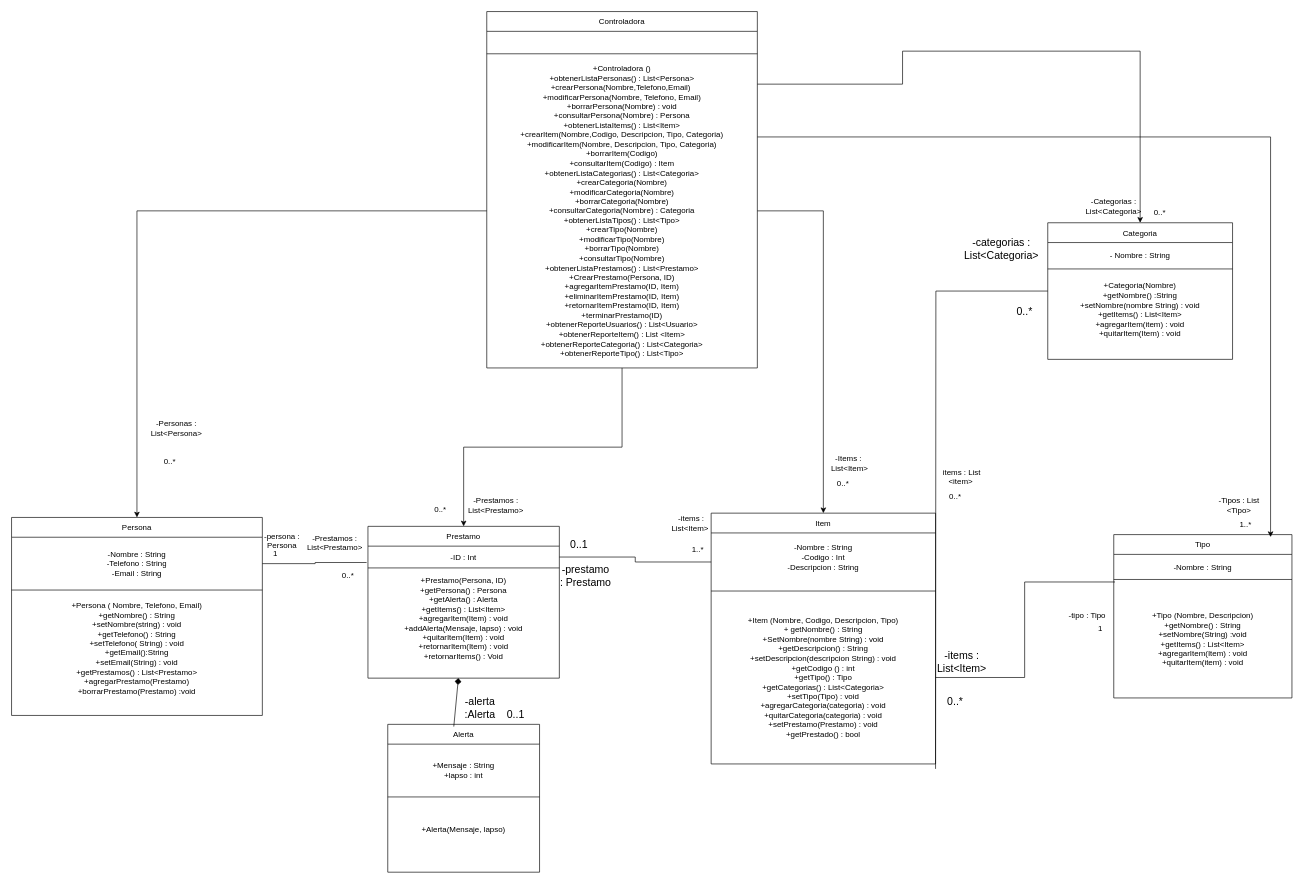
The draw.io diagram Proyecto/Diagrama y documentacion/Diagrama sin título.drawio in FranciscoMoraS/Proyecto-POO, before the edit. Source tidied: cells renumbered, new cells numbered last; positions are measured from the earlier drawing's top-left corner, leaving out a move shared by most shapes. Both pictures are drawn from the tidied source at 66%, with x=0, y=0 at pixel (11, 11).
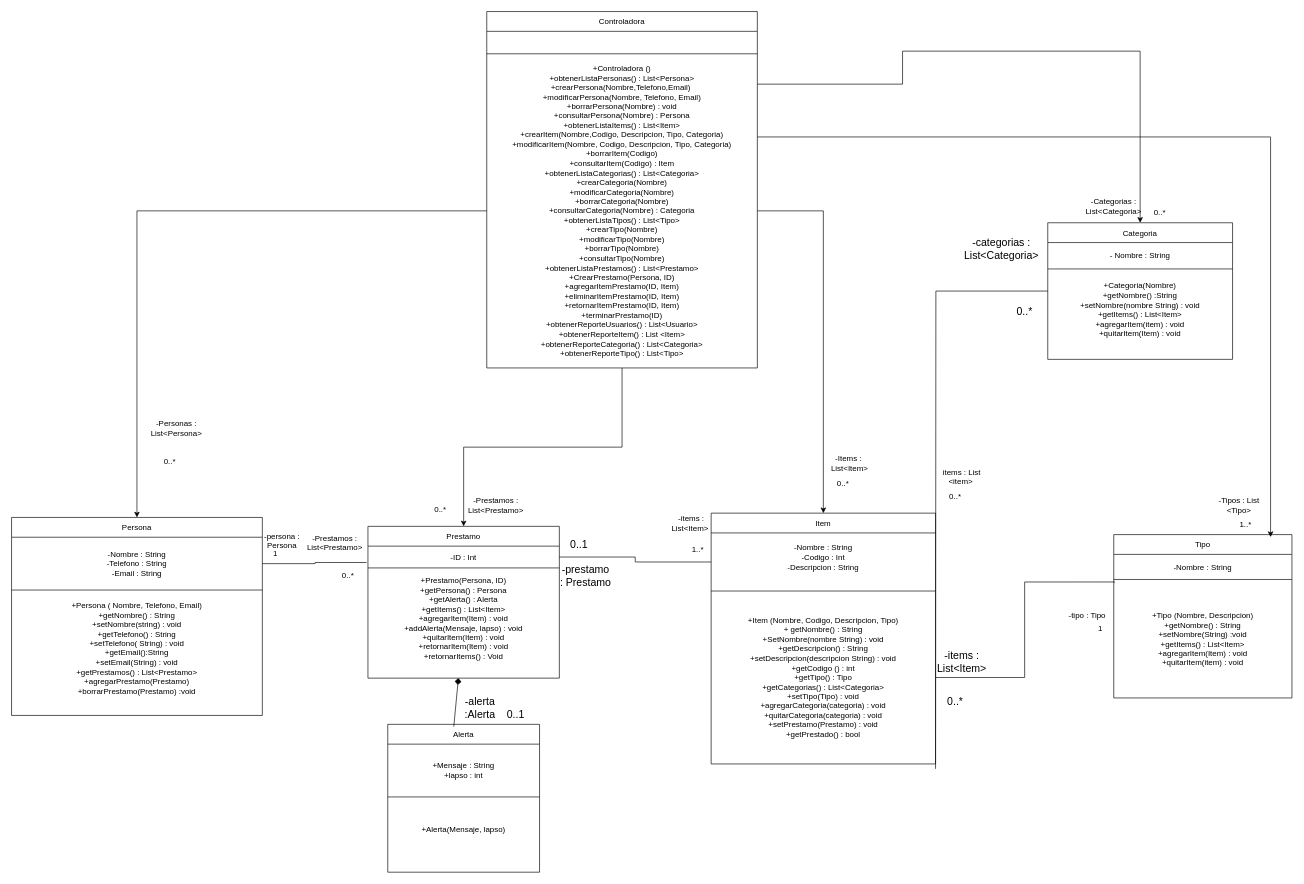
Above is the later version.

Unchanged cells that the change refers to:
```xml
<mxCell id="58" style="shape=tableRow;horizontal=0;startSize=0;swimlaneHead=0;swimlaneBody=0;strokeColor=inherit;top=0;left=0;bottom=0;right=0;fillColor=none;points=[[0,0.5],[1,0.5]];portConstraint=eastwest;fixedHeader=1;" parent="55" vertex="1">
  <mxGeometry y="64" width="410" height="476" as="geometry" />
</mxCell>
```

Change to the diagram source:
```diff
@@
-    <mxCell id="59" value="+Controladora ()&lt;div&gt;+obtenerListaPersonas() : List&amp;lt;Persona&amp;gt;&lt;/div&gt;&lt;div&gt;+crearPersona(Nombre,Telefono,Email)&amp;nbsp;&lt;/div&gt;&lt;div&gt;+modificarPersona(Nombre, Telefono, Email)&lt;/div&gt;&lt;div&gt;+borrarPersona(Nombre) : void&lt;/div&gt;&lt;div&gt;+consultarPersona(Nombre) : Persona&lt;/div&gt;&lt;div&gt;+obtenerListaItems() : List&amp;lt;Item&amp;gt;&lt;/div&gt;&lt;div&gt;+crearItem(Nombre,Codigo, Descripcion, Tipo, Categoria)&lt;/div&gt;&lt;div&gt;+modificarItem(Nombre, Descripcion, Tipo, Categoria)&lt;/div&gt;&lt;div&gt;+borrarItem(Codigo)&lt;/div&gt;&lt;div&gt;+consultarItem(Codigo) : Item&lt;/div&gt;&lt;div&gt;+obtenerListaCategorias() : List&amp;lt;Categoria&amp;gt;&lt;/div&gt;&lt;div&gt;+crearCategoria(Nombre)&lt;/div&gt;&lt;div&gt;+modificarCategoria(Nombre)&lt;/div&gt;&lt;div&gt;+borrarCategoria(Nombre)&lt;/div&gt;&lt;div&gt;+consultarCategoria(Nombre) : Categoria&lt;/div&gt;&lt;div&gt;+obtenerListaTipos() : List&amp;lt;Tipo&amp;gt;&lt;/div&gt;&lt;div&gt;+crearTipo(Nombre)&lt;/div&gt;&lt;div&gt;+modificarTipo(Nombre)&lt;/div&gt;&lt;div&gt;+borrarTipo(Nombre)&lt;/div&gt;&lt;div&gt;+consultarTipo(Nombre)&lt;/div&gt;&lt;div&gt;+obtenerListaPrestamos() : List&amp;lt;Prestamo&amp;gt;&lt;/div&gt;&lt;div&gt;+CrearPrestamo(Persona, ID)&lt;/div&gt;&lt;div&gt;+agregarItemPrestamo(ID, Item)&lt;/div&gt;&lt;div&gt;+eliminarItemPrestamo(ID, Item)&lt;/div&gt;&lt;div&gt;+retornarItemPrestamo(ID, Item)&lt;/div&gt;&lt;div&gt;+terminarPrestamo(ID)&lt;/div&gt;&lt;div&gt;+obtenerReporteUsuarios() : List&amp;lt;Usuario&amp;gt;&lt;/div&gt;&lt;div&gt;+obtenerReporteItem() : List &amp;lt;Item&amp;gt;&lt;/div&gt;&lt;div&gt;+obtenerReporteCategoria() : List&amp;lt;Categoria&amp;gt;&lt;/div&gt;&lt;div&gt;+obtenerReporteTipo() : List&amp;lt;Tipo&amp;gt;&lt;/div&gt;" style="shape=partialRectangle;html=1;whiteSpace=wrap;strokeColor=inherit;overflow=hidden;fillColor=none;top=0;left=0;bottom=0;right=0;" parent="58" vertex="1">
+    <mxCell id="59" value="+Controladora ()&lt;div&gt;+obtenerListaPersonas() : List&amp;lt;Persona&amp;gt;&lt;/div&gt;&lt;div&gt;+crearPersona(Nombre,Telefono,Email)&amp;nbsp;&lt;/div&gt;&lt;div&gt;+modificarPersona(Nombre, Telefono, Email)&lt;/div&gt;&lt;div&gt;+borrarPersona(Nombre) : void&lt;/div&gt;&lt;div&gt;+consultarPersona(Nombre) : Persona&lt;/div&gt;&lt;div&gt;+obtenerListaItems() : List&amp;lt;Item&amp;gt;&lt;/div&gt;&lt;div&gt;+crearItem(Nombre,Codigo, Descripcion, Tipo, Categoria)&lt;/div&gt;&lt;div&gt;+modificarItem(Nombre, Codigo, Descripcion, Tipo, Categoria)&lt;/div&gt;&lt;div&gt;+borrarItem(Codigo)&lt;/div&gt;&lt;div&gt;+consultarItem(Codigo) : Item&lt;/div&gt;&lt;div&gt;+obtenerListaCategorias() : List&amp;lt;Categoria&amp;gt;&lt;/div&gt;&lt;div&gt;+crearCategoria(Nombre)&lt;/div&gt;&lt;div&gt;+modificarCategoria(Nombre)&lt;/div&gt;&lt;div&gt;+borrarCategoria(Nombre)&lt;/div&gt;&lt;div&gt;+consultarCategoria(Nombre) : Categoria&lt;/div&gt;&lt;div&gt;+obtenerListaTipos() : List&amp;lt;Tipo&amp;gt;&lt;/div&gt;&lt;div&gt;+crearTipo(Nombre)&lt;/div&gt;&lt;div&gt;+modificarTipo(Nombre)&lt;/div&gt;&lt;div&gt;+borrarTipo(Nombre)&lt;/div&gt;&lt;div&gt;+consultarTipo(Nombre)&lt;/div&gt;&lt;div&gt;+obtenerListaPrestamos() : List&amp;lt;Prestamo&amp;gt;&lt;/div&gt;&lt;div&gt;+CrearPrestamo(Persona, ID)&lt;/div&gt;&lt;div&gt;+agregarItemPrestamo(ID, Item)&lt;/div&gt;&lt;div&gt;+eliminarItemPrestamo(ID, Item)&lt;/div&gt;&lt;div&gt;+retornarItemPrestamo(ID, Item)&lt;/div&gt;&lt;div&gt;+terminarPrestamo(ID)&lt;/div&gt;&lt;div&gt;+obtenerReporteUsuarios() : List&amp;lt;Usuario&amp;gt;&lt;/div&gt;&lt;div&gt;+obtenerReporteItem() : List &amp;lt;Item&amp;gt;&lt;/div&gt;&lt;div&gt;+obtenerReporteCategoria() : List&amp;lt;Categoria&amp;gt;&lt;/div&gt;&lt;div&gt;+obtenerReporteTipo() : List&amp;lt;Tipo&amp;gt;&lt;/div&gt;" style="shape=partialRectangle;html=1;whiteSpace=wrap;strokeColor=inherit;overflow=hidden;fillColor=none;top=0;left=0;bottom=0;right=0;" parent="58" vertex="1">
       <mxGeometry width="410" height="476" as="geometry" />
     </mxCell>
```
